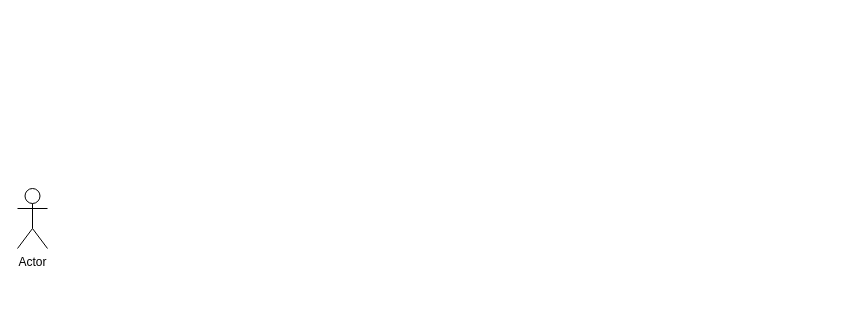
Above: The-MVC-pattern-in-ASP.NET-Core.drawio in alphatee/MVCCourse (draw.io), before the change. Source tidied: cells renumbered, new cells numbered last; positions are measured from the earlier drawing's top-left corner, leaving out a move shared by most shapes. Both pictures are drawn from the tidied source at 100%, with x=0, y=0 at pixel (17, 188).
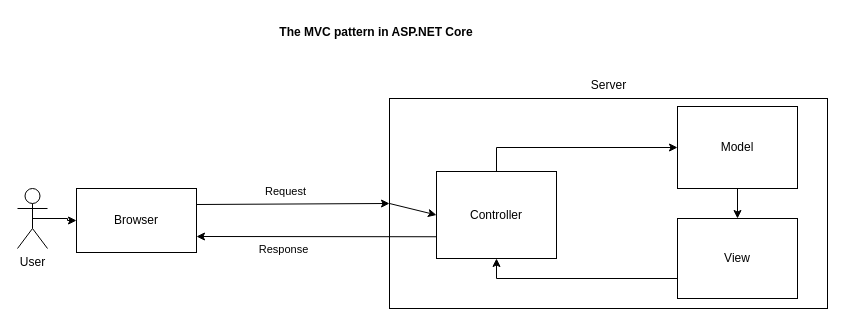
After the change.

What changed in the source:
```diff
@@
+    <mxCell id="3" style="edgeStyle=orthogonalEdgeStyle;rounded=0;jettySize=auto;html=1;exitX=0.5;exitY=0.5;exitDx=0;exitDy=0;exitPerimeter=0;" parent="1" edge="1" source="2" target="11">
+      <mxGeometry relative="1" as="geometry" />
+    </mxCell>
-    <mxCell id="2" value="Actor" style="shape=umlActor;verticalLabelPosition=bottom;verticalAlign=top;html=1;outlineConnect=0;" parent="1" vertex="1">
+    <mxCell id="2" value="User&lt;div&gt;&lt;br&gt;&lt;/div&gt;" style="shape=umlActor;verticalLabelPosition=bottom;verticalAlign=top;html=1;outlineConnect=0;" parent="1" vertex="1">
       <mxGeometry width="30" height="60" as="geometry" />
     </mxCell>
+    <mxCell id="4" style="rounded=0;whiteSpace=wrap;html=1;" parent="1" vertex="1">
+      <mxGeometry x="372" y="-90" width="438" height="210" as="geometry" />
+    </mxCell>
+    <mxCell id="5" style="edgeStyle=orthogonalEdgeStyle;rounded=0;jettySize=auto;html=1;exitX=0.5;exitY=0;exitDx=0;exitDy=0;" parent="1" edge="1" source="6" target="7">
+      <mxGeometry relative="1" as="geometry" />
+    </mxCell>
+    <mxCell id="6" value="Controller" style="rounded=0;whiteSpace=wrap;html=1;" parent="1" vertex="1">
+      <mxGeometry x="419" y="-17" width="120" height="87" as="geometry" />
+    </mxCell>
+    <mxCell id="7" value="Model" style="rounded=0;whiteSpace=wrap;html=1;" parent="1" vertex="1">
+      <mxGeometry x="660" y="-82" width="120" height="82" as="geometry" />
+    </mxCell>
+    <mxCell id="8" style="edgeStyle=orthogonalEdgeStyle;rounded=0;jettySize=auto;html=1;exitX=0;exitY=0.75;exitDx=0;exitDy=0;entryX=0.5;entryY=1;entryDx=0;entryDy=0;" parent="1" edge="1" source="9" target="6">
+      <mxGeometry relative="1" as="geometry">
+        <Array as="points">
+          <mxPoint x="660" y="90" />
+          <mxPoint x="479" y="90" />
+        </Array>
+      </mxGeometry>
+    </mxCell>
+    <mxCell id="9" value="View" style="rounded=0;whiteSpace=wrap;html=1;" parent="1" vertex="1">
+      <mxGeometry x="660" y="30" width="120" height="80" as="geometry" />
+    </mxCell>
+    <mxCell id="10" value="&lt;b&gt;The MVC pattern in ASP.NET Core&lt;/b&gt;" style="text;html=1;align=center;verticalAlign=middle;whiteSpace=wrap;rounded=0;" parent="1" vertex="1">
+      <mxGeometry x="201" y="-171" width="316" height="30" as="geometry" />
+    </mxCell>
+    <mxCell id="11" value="Browser" style="rounded=0;whiteSpace=wrap;html=1;" parent="1" vertex="1">
+      <mxGeometry x="59" width="120" height="64" as="geometry" />
+    </mxCell>
+    <mxCell id="12" style="endArrow=classic;html=1;rounded=0;exitX=1;exitY=0.25;exitDx=0;exitDy=0;entryX=0;entryY=0.5;entryDx=0;entryDy=0;" parent="1" edge="1" source="11" target="4">
+      <mxGeometry relative="1" as="geometry" />
+    </mxCell>
+    <mxCell id="13" value="Request" style="edgeLabel;html=1;align=center;verticalAlign=middle;" parent="12" vertex="1">
+      <mxGeometry x="-0.08" y="3" relative="1" as="geometry">
+        <mxPoint y="-10" as="offset" />
+      </mxGeometry>
+    </mxCell>
+    <mxCell id="14" style="endArrow=classic;html=1;rounded=0;exitX=0;exitY=0.5;exitDx=0;exitDy=0;entryX=0;entryY=0.5;entryDx=0;entryDy=0;" parent="1" edge="1" source="4" target="6">
+      <mxGeometry relative="1" as="geometry" />
+    </mxCell>
+    <mxCell id="15" style="endArrow=classic;html=1;rounded=0;exitX=0;exitY=0.75;exitDx=0;exitDy=0;entryX=1;entryY=0.75;entryDx=0;entryDy=0;" parent="1" edge="1" source="6" target="11">
+      <mxGeometry relative="1" as="geometry" />
+    </mxCell>
+    <mxCell id="16" value="Response" style="edgeLabel;html=1;align=center;verticalAlign=middle;" parent="15" vertex="1">
+      <mxGeometry x="0.28" y="-1" relative="1" as="geometry">
+        <mxPoint y="13" as="offset" />
+      </mxGeometry>
+    </mxCell>
+    <mxCell id="17" style="endArrow=classic;html=1;rounded=0;exitX=0.5;exitY=1;exitDx=0;exitDy=0;entryX=0.5;entryY=0;entryDx=0;entryDy=0;" parent="1" edge="1" source="7" target="9">
+      <mxGeometry relative="1" as="geometry" />
+    </mxCell>
+    <mxCell id="18" value="Server" style="text;html=1;align=center;verticalAlign=middle;strokeColor=none;fillColor=none;" parent="1" vertex="1">
+      <mxGeometry x="564.5" y="-116" width="53" height="26" as="geometry" />
+    </mxCell>
```
